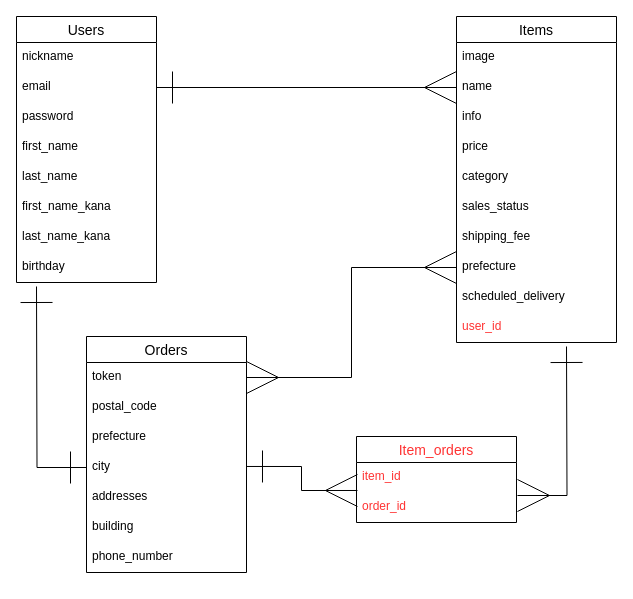
yatto17/furima-35905 keeps this draw.io diagram as config/ER.dio. Above is the earlier version. Source tidied: cells renumbered, new cells numbered last; positions are measured from the earlier drawing's top-left corner, leaving out a move shared by most shapes. Both pictures are drawn from the tidied source at 100%, with x=0, y=0 at pixel (16, 16).
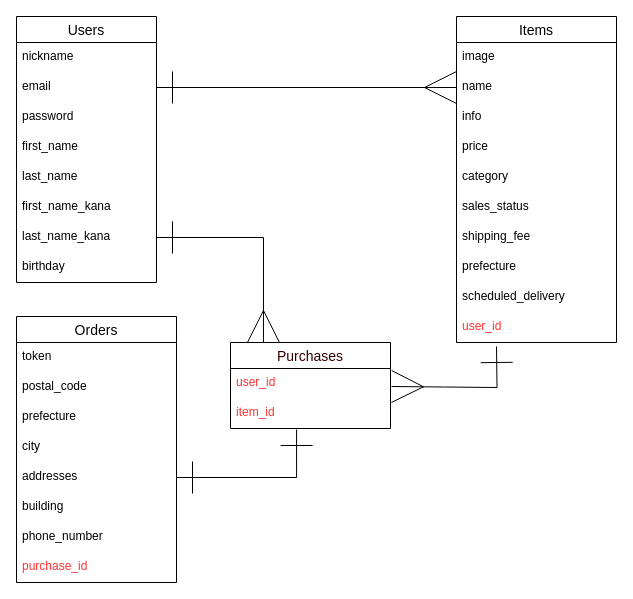
The same page after the edit.

Commit message (it also covers changes not shown here):
Association,テーブル名,カラムの見直し・修正

Unchanged cells that the change refers to:
```xml
<mxCell id="9" value="last_name_kana" style="text;strokeColor=none;fillColor=none;spacingLeft=4;spacingRight=4;overflow=hidden;points=[[0,0.5],[1,0.5]];portConstraint=eastwest;fontSize=12;" parent="2" vertex="1">
  <mxGeometry y="206" width="140" height="30" as="geometry" />
</mxCell>
<mxCell id="19" value="prefecture" style="text;strokeColor=none;fillColor=none;spacingLeft=4;spacingRight=4;overflow=hidden;points=[[0,0.5],[1,0.5]];portConstraint=eastwest;fontSize=12;" parent="11" vertex="1">
  <mxGeometry y="236" width="160" height="30" as="geometry" />
</mxCell>
<mxCell id="23" value="token" style="text;strokeColor=none;fillColor=none;spacingLeft=4;spacingRight=4;overflow=hidden;points=[[0,0.5],[1,0.5]];portConstraint=eastwest;fontSize=12;" parent="22" vertex="1">
  <mxGeometry y="26" width="160" height="30" as="geometry" />
</mxCell>
<mxCell id="26" value="city" style="text;strokeColor=none;fillColor=none;spacingLeft=4;spacingRight=4;overflow=hidden;points=[[0,0.5],[1,0.5]];portConstraint=eastwest;fontSize=12;" parent="22" vertex="1">
  <mxGeometry y="116" width="160" height="30" as="geometry" />
</mxCell>
<mxCell id="27" value="addresses" style="text;strokeColor=none;fillColor=none;spacingLeft=4;spacingRight=4;overflow=hidden;points=[[0,0.5],[1,0.5]];portConstraint=eastwest;fontSize=12;" parent="22" vertex="1">
  <mxGeometry y="146" width="160" height="30" as="geometry" />
</mxCell>
```

Change to the diagram source:
```diff
@@
     <mxCell id="22" value="Orders" style="swimlane;fontStyle=0;horizontal=1;startSize=26;align=center;fontSize=14;" parent="1" vertex="1">
-      <mxGeometry x="70" y="320" width="160" height="236" as="geometry" />
+      <mxGeometry y="300" width="160" height="266" as="geometry" />
     </mxCell>
@@
+    <mxCell id="38" value="purchase_id" style="text;strokeColor=none;fillColor=none;spacingLeft=4;spacingRight=4;overflow=hidden;fontSize=12;fontColor=#FF3333;" parent="22" vertex="1">
+      <mxGeometry y="236" width="160" height="30" as="geometry" />
+    </mxCell>
@@
-    <mxCell id="31" style="edgeStyle=orthogonalEdgeStyle;rounded=0;jettySize=auto;html=1;exitX=0;exitY=0.5;exitDx=0;exitDy=0;fontColor=#FF3333;startArrow=ERone;startFill=0;endArrow=ERone;endFill=0;startSize=30;endSize=30;" parent="1" edge="1" source="26">
-      <mxGeometry relative="1" as="geometry">
-        <mxPoint x="20" y="270" as="targetPoint" />
-      </mxGeometry>
-    </mxCell>
-    <mxCell id="32" value="Item_orders" style="swimlane;fontStyle=0;horizontal=1;startSize=26;align=center;fontSize=14;fontColor=#FF3333;" parent="1" vertex="1">
-      <mxGeometry x="340" y="420" width="160" height="86" as="geometry" />
+    <mxCell id="32" value="Purchases" style="swimlane;fontStyle=0;horizontal=1;startSize=26;align=center;fontSize=14;fontColor=#330000;" parent="1" vertex="1">
+      <mxGeometry x="214" y="326" width="160" height="86" as="geometry" />
     </mxCell>
-    <mxCell id="33" value="item_id" style="text;strokeColor=none;fillColor=none;spacingLeft=4;spacingRight=4;overflow=hidden;points=[[0,0.5],[1,0.5]];portConstraint=eastwest;fontSize=12;fontColor=#FF3333;" parent="32" vertex="1">
+    <mxCell id="33" value="user_id" style="text;strokeColor=none;fillColor=none;spacingLeft=4;spacingRight=4;overflow=hidden;points=[[0,0.5],[1,0.5]];portConstraint=eastwest;fontSize=12;fontColor=#FF3333;" parent="32" vertex="1">
       <mxGeometry y="26" width="160" height="30" as="geometry" />
     </mxCell>
-    <mxCell id="34" value="order_id" style="text;strokeColor=none;fillColor=none;spacingLeft=4;spacingRight=4;overflow=hidden;points=[[0,0.5],[1,0.5]];portConstraint=eastwest;fontSize=12;fontColor=#FF3333;" parent="32" vertex="1">
-      <mxGeometry y="56" width="160" height="30" as="geometry" />
-    </mxCell>
-    <mxCell id="35" style="edgeStyle=orthogonalEdgeStyle;rounded=0;jettySize=auto;html=1;exitX=1;exitY=0.5;exitDx=0;exitDy=0;entryX=0;entryY=0.5;entryDx=0;entryDy=0;fontColor=#FF3333;startArrow=ERmany;startFill=0;endArrow=ERmany;endFill=0;startSize=30;endSize=30;" parent="1" edge="1" source="23" target="19">
-      <mxGeometry relative="1" as="geometry" />
-    </mxCell>
-    <mxCell id="36" style="edgeStyle=orthogonalEdgeStyle;rounded=0;jettySize=auto;html=1;fontColor=#FF3333;startArrow=ERone;startFill=0;endArrow=ERmany;endFill=0;startSize=30;endSize=30;entryX=0.006;entryY=0.933;entryDx=0;entryDy=0;entryPerimeter=0;exitX=1;exitY=0.466;exitDx=0;exitDy=0;exitPerimeter=0;" parent="1" edge="1" source="26" target="33">
-      <mxGeometry relative="1" as="geometry" />
-    </mxCell>
-    <mxCell id="37" style="edgeStyle=orthogonalEdgeStyle;rounded=0;jettySize=auto;html=1;exitX=1.006;exitY=0.1;exitDx=0;exitDy=0;fontColor=#FF3333;startArrow=ERmany;startFill=0;endArrow=ERone;endFill=0;startSize=30;endSize=30;exitPerimeter=0;" parent="1" edge="1" source="34">
-      <mxGeometry relative="1" as="geometry">
-        <mxPoint x="550" y="330" as="targetPoint" />
-      </mxGeometry>
-    </mxCell>
+    <mxCell id="39" value="item_id" style="text;strokeColor=none;fillColor=none;spacingLeft=4;spacingRight=4;overflow=hidden;points=[[0,0.5],[1,0.5]];portConstraint=eastwest;fontSize=12;fontColor=#FF3333;" parent="32" vertex="1">
+      <mxGeometry y="56" width="160" height="30" as="geometry" />
+    </mxCell>
+    <mxCell id="40" style="edgeStyle=orthogonalEdgeStyle;rounded=0;jettySize=auto;html=1;exitX=1;exitY=0.5;exitDx=0;exitDy=0;entryX=0.206;entryY=0;entryDx=0;entryDy=0;entryPerimeter=0;fontColor=#330000;startArrow=ERone;startFill=0;endArrow=ERmany;endFill=0;startSize=30;endSize=30;" parent="1" edge="1" source="9" target="32">
+      <mxGeometry relative="1" as="geometry" />
+    </mxCell>
+    <mxCell id="41" style="edgeStyle=orthogonalEdgeStyle;rounded=0;orthogonalLoop=1;jettySize=auto;html=1;fontColor=#330000;startArrow=ERmany;startFill=0;endArrow=ERone;endFill=0;startSize=30;endSize=30;" parent="1" edge="1">
+      <mxGeometry relative="1" as="geometry">
+        <mxPoint x="375" y="370" as="sourcePoint" />
+        <mxPoint x="480" y="330" as="targetPoint" />
+      </mxGeometry>
+    </mxCell>
+    <mxCell id="42" style="edgeStyle=orthogonalEdgeStyle;rounded=0;jettySize=auto;html=1;exitX=1;exitY=0.5;exitDx=0;exitDy=0;fontColor=#330000;startArrow=ERone;startFill=0;endArrow=ERone;endFill=0;startSize=30;endSize=30;entryX=0.413;entryY=1.033;entryDx=0;entryDy=0;entryPerimeter=0;" parent="1" edge="1" source="27" target="39">
+      <mxGeometry relative="1" as="geometry" />
+    </mxCell>
```
